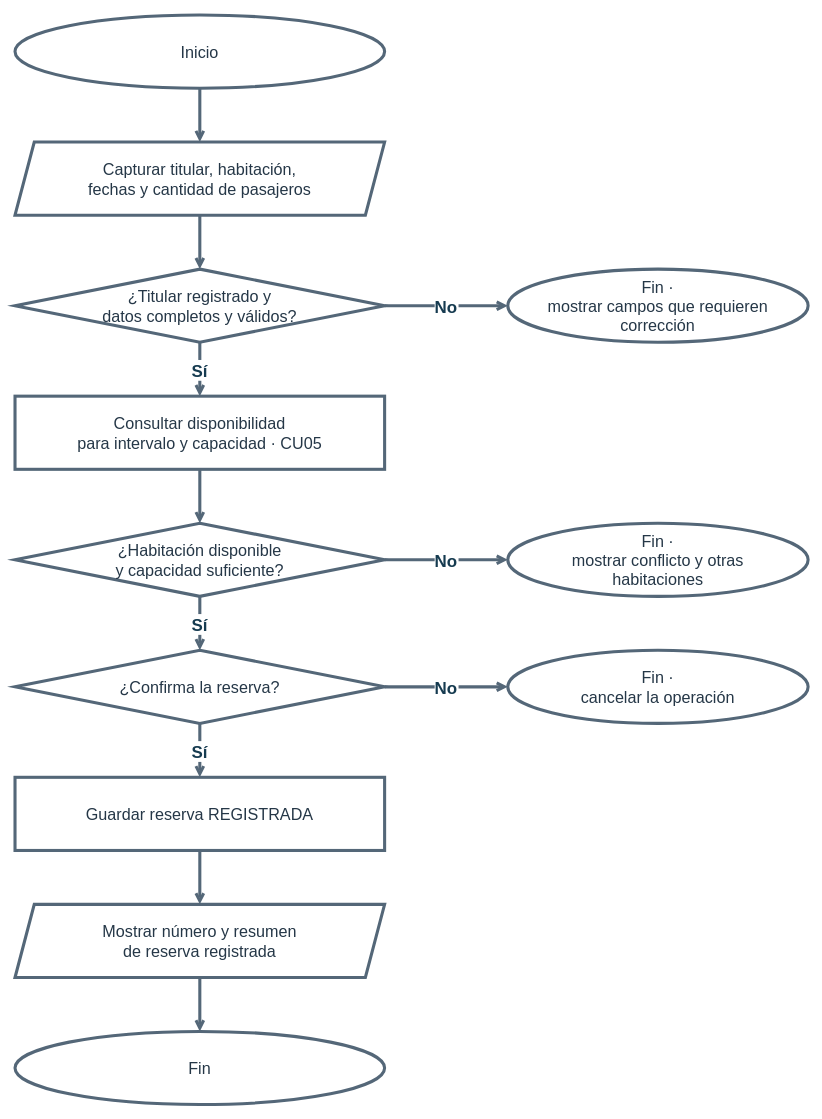
This is diagramas-editables/flujo-reserva.drawio from Yutre3/hotel-duerme-bien, a draw.io file, before an edit. Source tidied: cells renumbered, new cells numbered last; positions are measured from the earlier drawing's top-left corner, leaving out a move shared by most shapes. Both pictures are drawn from the tidied source at 77%, with x=0, y=0 at pixel (15, 15).
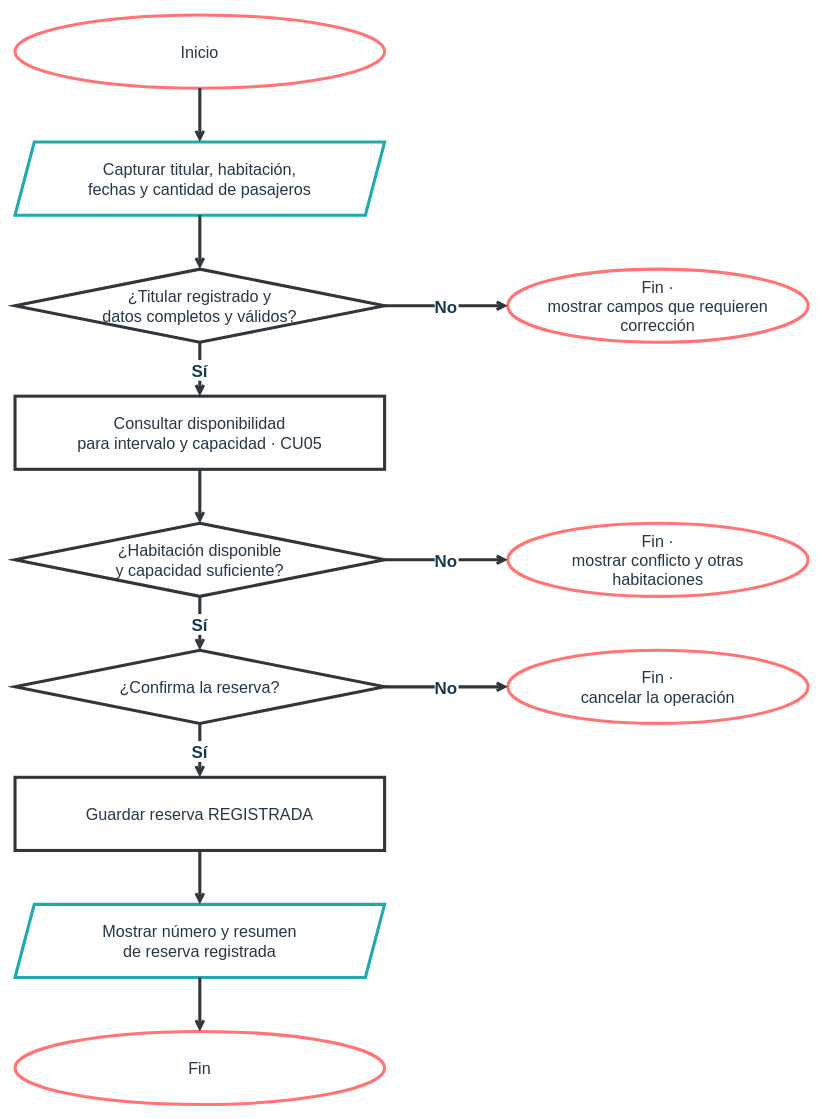
The same diagram, later.

What changed in the source:
```diff
@@
-    <mxCell id="2" value="Inicio" style="ellipse;html=0;whiteSpace=wrap;strokeColor=#546778;strokeWidth=4;fillColor=#ffffff;fontColor=#253747;fontSize=21;" parent="1" vertex="1">
+    <mxCell id="2" value="Inicio" style="ellipse;html=0;whiteSpace=wrap;strokeColor=#ff7474;strokeWidth=4;fillColor=#ffffff;fontColor=#253747;fontSize=21;" parent="1" vertex="1">
       <mxGeometry width="480" height="95" as="geometry" />
     </mxCell>
-    <mxCell id="3" value="Capturar titular, habitación,&#10;fechas y cantidad de pasajeros" style="shape=parallelogram;fixedSize=1;size=25;html=0;whiteSpace=wrap;strokeColor=#546778;strokeWidth=4;fillColor=#ffffff;fontColor=#253747;fontSize=21;" parent="1" vertex="1">
+    <mxCell id="3" value="Capturar titular, habitación,&#10;fechas y cantidad de pasajeros" style="shape=parallelogram;fixedSize=1;size=25;html=0;whiteSpace=wrap;strokeColor=#20aaa9;strokeWidth=4;fillColor=#ffffff;fontColor=#253747;fontSize=21;" parent="1" vertex="1">
       <mxGeometry y="165" width="480" height="95" as="geometry" />
     </mxCell>
-    <mxCell id="4" value="¿Titular registrado y&#10;datos completos y válidos?" style="rhombus;html=0;whiteSpace=wrap;strokeColor=#546778;strokeWidth=4;fillColor=#ffffff;fontColor=#253747;fontSize=21;" parent="1" vertex="1">
+    <mxCell id="4" value="¿Titular registrado y&#10;datos completos y válidos?" style="rhombus;html=0;whiteSpace=wrap;strokeColor=#30363b;strokeWidth=4;fillColor=#ffffff;fontColor=#253747;fontSize=21;" parent="1" vertex="1">
       <mxGeometry y="330" width="480" height="95" as="geometry" />
     </mxCell>
-    <mxCell id="5" value="Consultar disponibilidad&#10;para intervalo y capacidad · CU05" style="rounded=0;html=0;whiteSpace=wrap;strokeColor=#546778;strokeWidth=4;fillColor=#ffffff;fontColor=#253747;fontSize=21;" parent="1" vertex="1">
+    <mxCell id="5" value="Consultar disponibilidad&#10;para intervalo y capacidad · CU05" style="rounded=0;html=0;whiteSpace=wrap;strokeColor=#30363b;strokeWidth=4;fillColor=#ffffff;fontColor=#253747;fontSize=21;" parent="1" vertex="1">
       <mxGeometry y="495" width="480" height="95" as="geometry" />
     </mxCell>
-    <mxCell id="6" value="¿Habitación disponible&#10;y capacidad suficiente?" style="rhombus;html=0;whiteSpace=wrap;strokeColor=#546778;strokeWidth=4;fillColor=#ffffff;fontColor=#253747;fontSize=21;" parent="1" vertex="1">
+    <mxCell id="6" value="¿Habitación disponible&#10;y capacidad suficiente?" style="rhombus;html=0;whiteSpace=wrap;strokeColor=#30363b;strokeWidth=4;fillColor=#ffffff;fontColor=#253747;fontSize=21;" parent="1" vertex="1">
       <mxGeometry y="660" width="480" height="95" as="geometry" />
     </mxCell>
-    <mxCell id="7" value="¿Confirma la reserva?" style="rhombus;html=0;whiteSpace=wrap;strokeColor=#546778;strokeWidth=4;fillColor=#ffffff;fontColor=#253747;fontSize=21;" parent="1" vertex="1">
+    <mxCell id="7" value="¿Confirma la reserva?" style="rhombus;html=0;whiteSpace=wrap;strokeColor=#30363b;strokeWidth=4;fillColor=#ffffff;fontColor=#253747;fontSize=21;" parent="1" vertex="1">
       <mxGeometry y="825" width="480" height="95" as="geometry" />
     </mxCell>
-    <mxCell id="8" value="Guardar reserva REGISTRADA" style="rounded=0;html=0;whiteSpace=wrap;strokeColor=#546778;strokeWidth=4;fillColor=#ffffff;fontColor=#253747;fontSize=21;" parent="1" vertex="1">
+    <mxCell id="8" value="Guardar reserva REGISTRADA" style="rounded=0;html=0;whiteSpace=wrap;strokeColor=#30363b;strokeWidth=4;fillColor=#ffffff;fontColor=#253747;fontSize=21;" parent="1" vertex="1">
       <mxGeometry y="990" width="480" height="95" as="geometry" />
     </mxCell>
-    <mxCell id="9" value="Mostrar número y resumen&#10;de reserva registrada" style="shape=parallelogram;fixedSize=1;size=25;html=0;whiteSpace=wrap;strokeColor=#546778;strokeWidth=4;fillColor=#ffffff;fontColor=#253747;fontSize=21;" parent="1" vertex="1">
+    <mxCell id="9" value="Mostrar número y resumen&#10;de reserva registrada" style="shape=parallelogram;fixedSize=1;size=25;html=0;whiteSpace=wrap;strokeColor=#20aaa9;strokeWidth=4;fillColor=#ffffff;fontColor=#253747;fontSize=21;" parent="1" vertex="1">
       <mxGeometry y="1155" width="480" height="95" as="geometry" />
     </mxCell>
-    <mxCell id="10" value="Fin" style="ellipse;html=0;whiteSpace=wrap;strokeColor=#546778;strokeWidth=4;fillColor=#ffffff;fontColor=#253747;fontSize=21;" parent="1" vertex="1">
+    <mxCell id="10" value="Fin" style="ellipse;html=0;whiteSpace=wrap;strokeColor=#ff7474;strokeWidth=4;fillColor=#ffffff;fontColor=#253747;fontSize=21;" parent="1" vertex="1">
       <mxGeometry y="1320" width="480" height="95" as="geometry" />
     </mxCell>
-    <mxCell id="11" value="Fin ·&#10;mostrar campos que requieren&#10;corrección" style="ellipse;html=0;whiteSpace=wrap;strokeColor=#546778;strokeWidth=4;fillColor=#ffffff;fontColor=#253747;fontSize=21;" parent="1" vertex="1">
+    <mxCell id="11" value="Fin ·&#10;mostrar campos que requieren&#10;corrección" style="ellipse;html=0;whiteSpace=wrap;strokeColor=#ff7474;strokeWidth=4;fillColor=#ffffff;fontColor=#253747;fontSize=21;" parent="1" vertex="1">
       <mxGeometry x="640" y="330" width="390" height="95" as="geometry" />
     </mxCell>
-    <mxCell id="12" value="Fin ·&#10;mostrar conflicto y otras&#10;habitaciones" style="ellipse;html=0;whiteSpace=wrap;strokeColor=#546778;strokeWidth=4;fillColor=#ffffff;fontColor=#253747;fontSize=21;" parent="1" vertex="1">
+    <mxCell id="12" value="Fin ·&#10;mostrar conflicto y otras&#10;habitaciones" style="ellipse;html=0;whiteSpace=wrap;strokeColor=#ff7474;strokeWidth=4;fillColor=#ffffff;fontColor=#253747;fontSize=21;" parent="1" vertex="1">
       <mxGeometry x="640" y="660" width="390" height="95" as="geometry" />
     </mxCell>
-    <mxCell id="13" value="Fin ·&#10;cancelar la operación" style="ellipse;html=0;whiteSpace=wrap;strokeColor=#546778;strokeWidth=4;fillColor=#ffffff;fontColor=#253747;fontSize=21;" parent="1" vertex="1">
+    <mxCell id="13" value="Fin ·&#10;cancelar la operación" style="ellipse;html=0;whiteSpace=wrap;strokeColor=#ff7474;strokeWidth=4;fillColor=#ffffff;fontColor=#253747;fontSize=21;" parent="1" vertex="1">
       <mxGeometry x="640" y="825" width="390" height="95" as="geometry" />
     </mxCell>
-    <mxCell id="14" style="html=0;edgeStyle=orthogonalEdgeStyle;jettySize=32;rounded=0;strokeWidth=4;strokeColor=#546778;fontSize=22;fontStyle=1;fontColor=#163b50;labelBackgroundColor=#ffffff;endArrow=open;endFill=0;startArrow=none;startFill=0;exitX=0.5;exitY=1;exitPerimeter=0;entryX=0.5;entryY=0;entryPerimeter=0;" parent="1" edge="1" source="2" target="3">
+    <mxCell id="14" style="html=0;edgeStyle=orthogonalEdgeStyle;jettySize=32;rounded=0;strokeWidth=4;strokeColor=#30363b;fontSize=22;fontStyle=1;fontColor=#163b50;labelBackgroundColor=#ffffff;endArrow=open;endFill=0;startArrow=none;startFill=0;exitX=0.5;exitY=1;exitPerimeter=0;entryX=0.5;entryY=0;entryPerimeter=0;" parent="1" edge="1" source="2" target="3">
       <mxGeometry relative="1" as="geometry" />
     </mxCell>
-    <mxCell id="15" style="html=0;edgeStyle=orthogonalEdgeStyle;jettySize=32;rounded=0;strokeWidth=4;strokeColor=#546778;fontSize=22;fontStyle=1;fontColor=#163b50;labelBackgroundColor=#ffffff;endArrow=open;endFill=0;startArrow=none;startFill=0;exitX=0.5;exitY=1;exitPerimeter=0;entryX=0.5;entryY=0;entryPerimeter=0;" parent="1" edge="1" source="3" target="4">
+    <mxCell id="15" style="html=0;edgeStyle=orthogonalEdgeStyle;jettySize=32;rounded=0;strokeWidth=4;strokeColor=#30363b;fontSize=22;fontStyle=1;fontColor=#163b50;labelBackgroundColor=#ffffff;endArrow=open;endFill=0;startArrow=none;startFill=0;exitX=0.5;exitY=1;exitPerimeter=0;entryX=0.5;entryY=0;entryPerimeter=0;" parent="1" edge="1" source="3" target="4">
       <mxGeometry relative="1" as="geometry" />
     </mxCell>
-    <mxCell id="16" value="Sí" style="html=0;edgeStyle=orthogonalEdgeStyle;jettySize=32;rounded=0;strokeWidth=4;strokeColor=#546778;fontSize=22;fontStyle=1;fontColor=#163b50;labelBackgroundColor=#ffffff;endArrow=open;endFill=0;startArrow=none;startFill=0;exitX=0.5;exitY=1;exitPerimeter=0;entryX=0.5;entryY=0;entryPerimeter=0;" parent="1" edge="1" source="4" target="5">
+    <mxCell id="16" value="Sí" style="html=0;edgeStyle=orthogonalEdgeStyle;jettySize=32;rounded=0;strokeWidth=4;strokeColor=#30363b;fontSize=22;fontStyle=1;fontColor=#163b50;labelBackgroundColor=#ffffff;endArrow=open;endFill=0;startArrow=none;startFill=0;exitX=0.5;exitY=1;exitPerimeter=0;entryX=0.5;entryY=0;entryPerimeter=0;" parent="1" edge="1" source="4" target="5">
       <mxGeometry relative="1" as="geometry" />
     </mxCell>
-    <mxCell id="17" style="html=0;edgeStyle=orthogonalEdgeStyle;jettySize=32;rounded=0;strokeWidth=4;strokeColor=#546778;fontSize=22;fontStyle=1;fontColor=#163b50;labelBackgroundColor=#ffffff;endArrow=open;endFill=0;startArrow=none;startFill=0;exitX=0.5;exitY=1;exitPerimeter=0;entryX=0.5;entryY=0;entryPerimeter=0;" parent="1" edge="1" source="5" target="6">
+    <mxCell id="17" style="html=0;edgeStyle=orthogonalEdgeStyle;jettySize=32;rounded=0;strokeWidth=4;strokeColor=#30363b;fontSize=22;fontStyle=1;fontColor=#163b50;labelBackgroundColor=#ffffff;endArrow=open;endFill=0;startArrow=none;startFill=0;exitX=0.5;exitY=1;exitPerimeter=0;entryX=0.5;entryY=0;entryPerimeter=0;" parent="1" edge="1" source="5" target="6">
       <mxGeometry relative="1" as="geometry" />
     </mxCell>
-    <mxCell id="18" value="Sí" style="html=0;edgeStyle=orthogonalEdgeStyle;jettySize=32;rounded=0;strokeWidth=4;strokeColor=#546778;fontSize=22;fontStyle=1;fontColor=#163b50;labelBackgroundColor=#ffffff;endArrow=open;endFill=0;startArrow=none;startFill=0;exitX=0.5;exitY=1;exitPerimeter=0;entryX=0.5;entryY=0;entryPerimeter=0;" parent="1" edge="1" source="6" target="7">
+    <mxCell id="18" value="Sí" style="html=0;edgeStyle=orthogonalEdgeStyle;jettySize=32;rounded=0;strokeWidth=4;strokeColor=#30363b;fontSize=22;fontStyle=1;fontColor=#163b50;labelBackgroundColor=#ffffff;endArrow=open;endFill=0;startArrow=none;startFill=0;exitX=0.5;exitY=1;exitPerimeter=0;entryX=0.5;entryY=0;entryPerimeter=0;" parent="1" edge="1" source="6" target="7">
       <mxGeometry relative="1" as="geometry" />
     </mxCell>
-    <mxCell id="19" value="Sí" style="html=0;edgeStyle=orthogonalEdgeStyle;jettySize=32;rounded=0;strokeWidth=4;strokeColor=#546778;fontSize=22;fontStyle=1;fontColor=#163b50;labelBackgroundColor=#ffffff;endArrow=open;endFill=0;startArrow=none;startFill=0;exitX=0.5;exitY=1;exitPerimeter=0;entryX=0.5;entryY=0;entryPerimeter=0;" parent="1" edge="1" source="7" target="8">
+    <mxCell id="19" value="Sí" style="html=0;edgeStyle=orthogonalEdgeStyle;jettySize=32;rounded=0;strokeWidth=4;strokeColor=#30363b;fontSize=22;fontStyle=1;fontColor=#163b50;labelBackgroundColor=#ffffff;endArrow=open;endFill=0;startArrow=none;startFill=0;exitX=0.5;exitY=1;exitPerimeter=0;entryX=0.5;entryY=0;entryPerimeter=0;" parent="1" edge="1" source="7" target="8">
       <mxGeometry relative="1" as="geometry" />
     </mxCell>
-    <mxCell id="20" style="html=0;edgeStyle=orthogonalEdgeStyle;jettySize=32;rounded=0;strokeWidth=4;strokeColor=#546778;fontSize=22;fontStyle=1;fontColor=#163b50;labelBackgroundColor=#ffffff;endArrow=open;endFill=0;startArrow=none;startFill=0;exitX=0.5;exitY=1;exitPerimeter=0;entryX=0.5;entryY=0;entryPerimeter=0;" parent="1" edge="1" source="8" target="9">
+    <mxCell id="20" style="html=0;edgeStyle=orthogonalEdgeStyle;jettySize=32;rounded=0;strokeWidth=4;strokeColor=#30363b;fontSize=22;fontStyle=1;fontColor=#163b50;labelBackgroundColor=#ffffff;endArrow=open;endFill=0;startArrow=none;startFill=0;exitX=0.5;exitY=1;exitPerimeter=0;entryX=0.5;entryY=0;entryPerimeter=0;" parent="1" edge="1" source="8" target="9">
       <mxGeometry relative="1" as="geometry" />
     </mxCell>
-    <mxCell id="21" style="html=0;edgeStyle=orthogonalEdgeStyle;jettySize=32;rounded=0;strokeWidth=4;strokeColor=#546778;fontSize=22;fontStyle=1;fontColor=#163b50;labelBackgroundColor=#ffffff;endArrow=open;endFill=0;startArrow=none;startFill=0;exitX=0.5;exitY=1;exitPerimeter=0;entryX=0.5;entryY=0;entryPerimeter=0;" parent="1" edge="1" source="9" target="10">
+    <mxCell id="21" style="html=0;edgeStyle=orthogonalEdgeStyle;jettySize=32;rounded=0;strokeWidth=4;strokeColor=#30363b;fontSize=22;fontStyle=1;fontColor=#163b50;labelBackgroundColor=#ffffff;endArrow=open;endFill=0;startArrow=none;startFill=0;exitX=0.5;exitY=1;exitPerimeter=0;entryX=0.5;entryY=0;entryPerimeter=0;" parent="1" edge="1" source="9" target="10">
       <mxGeometry relative="1" as="geometry" />
     </mxCell>
-    <mxCell id="22" value="No" style="html=0;edgeStyle=orthogonalEdgeStyle;jettySize=32;rounded=0;strokeWidth=4;strokeColor=#546778;fontSize=22;fontStyle=1;fontColor=#163b50;labelBackgroundColor=#ffffff;endArrow=open;endFill=0;startArrow=none;startFill=0;exitX=1;exitY=0.5;exitPerimeter=0;entryX=0;entryY=0.5;entryPerimeter=0;" parent="1" edge="1" source="4" target="11">
+    <mxCell id="22" value="No" style="html=0;edgeStyle=orthogonalEdgeStyle;jettySize=32;rounded=0;strokeWidth=4;strokeColor=#30363b;fontSize=22;fontStyle=1;fontColor=#163b50;labelBackgroundColor=#ffffff;endArrow=open;endFill=0;startArrow=none;startFill=0;exitX=1;exitY=0.5;exitPerimeter=0;entryX=0;entryY=0.5;entryPerimeter=0;" parent="1" edge="1" source="4" target="11">
       <mxGeometry relative="1" as="geometry" />
     </mxCell>
-    <mxCell id="23" value="No" style="html=0;edgeStyle=orthogonalEdgeStyle;jettySize=32;rounded=0;strokeWidth=4;strokeColor=#546778;fontSize=22;fontStyle=1;fontColor=#163b50;labelBackgroundColor=#ffffff;endArrow=open;endFill=0;startArrow=none;startFill=0;exitX=1;exitY=0.5;exitPerimeter=0;entryX=0;entryY=0.5;entryPerimeter=0;" parent="1" edge="1" source="6" target="12">
+    <mxCell id="23" value="No" style="html=0;edgeStyle=orthogonalEdgeStyle;jettySize=32;rounded=0;strokeWidth=4;strokeColor=#30363b;fontSize=22;fontStyle=1;fontColor=#163b50;labelBackgroundColor=#ffffff;endArrow=open;endFill=0;startArrow=none;startFill=0;exitX=1;exitY=0.5;exitPerimeter=0;entryX=0;entryY=0.5;entryPerimeter=0;" parent="1" edge="1" source="6" target="12">
       <mxGeometry relative="1" as="geometry" />
     </mxCell>
-    <mxCell id="24" value="No" style="html=0;edgeStyle=orthogonalEdgeStyle;jettySize=32;rounded=0;strokeWidth=4;strokeColor=#546778;fontSize=22;fontStyle=1;fontColor=#163b50;labelBackgroundColor=#ffffff;endArrow=open;endFill=0;startArrow=none;startFill=0;exitX=1;exitY=0.5;exitPerimeter=0;entryX=0;entryY=0.5;entryPerimeter=0;" parent="1" edge="1" source="7" target="13">
+    <mxCell id="24" value="No" style="html=0;edgeStyle=orthogonalEdgeStyle;jettySize=32;rounded=0;strokeWidth=4;strokeColor=#30363b;fontSize=22;fontStyle=1;fontColor=#163b50;labelBackgroundColor=#ffffff;endArrow=open;endFill=0;startArrow=none;startFill=0;exitX=1;exitY=0.5;exitPerimeter=0;entryX=0;entryY=0.5;entryPerimeter=0;" parent="1" edge="1" source="7" target="13">
       <mxGeometry relative="1" as="geometry" />
     </mxCell>
```
